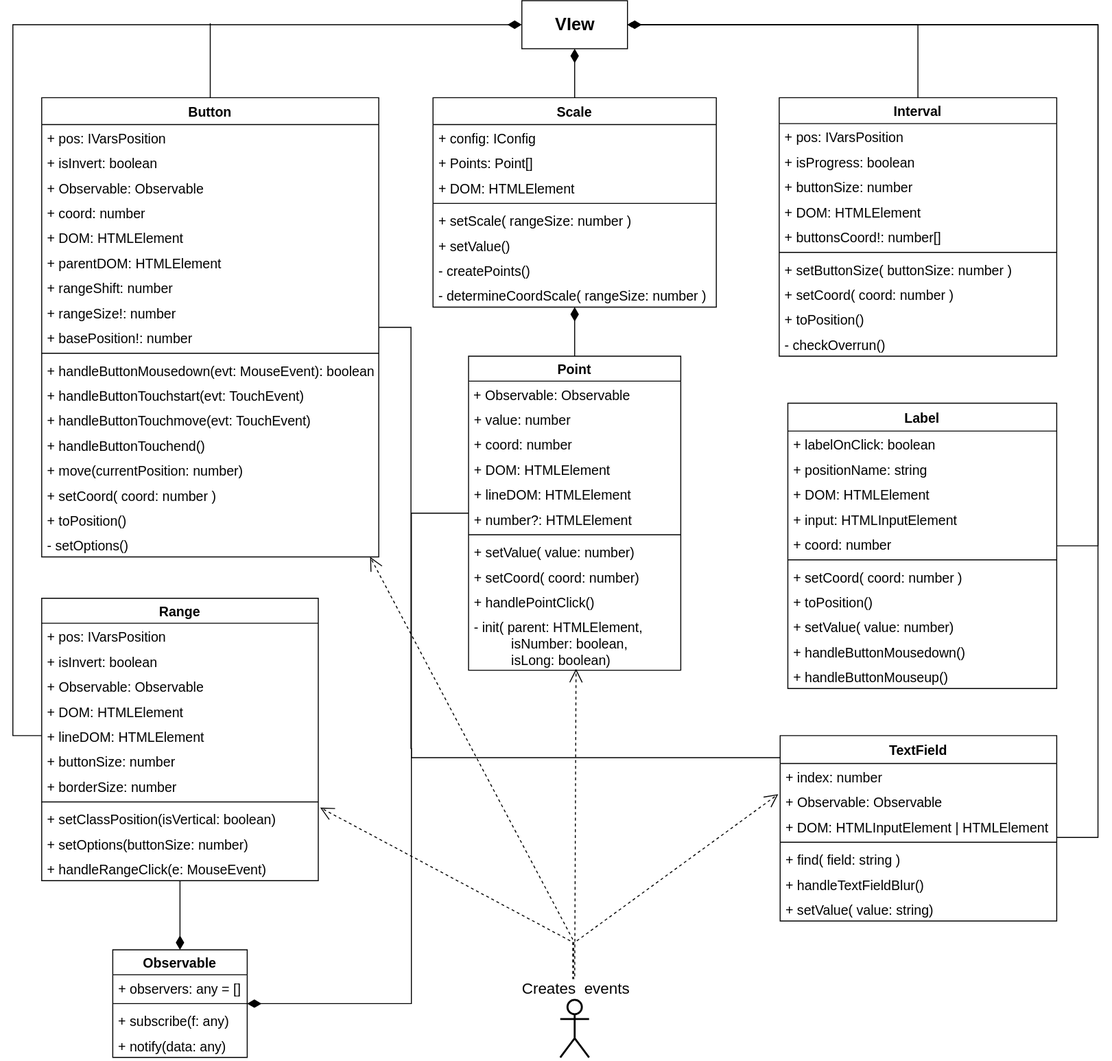
Above: uml/viewComponents.svg in Evgeny3101/plugin (draw.io), before the change. Source tidied: cells renumbered, new cells last; positions are measured from the earlier drawing's top-left corner, leaving out a move shared by most shapes.
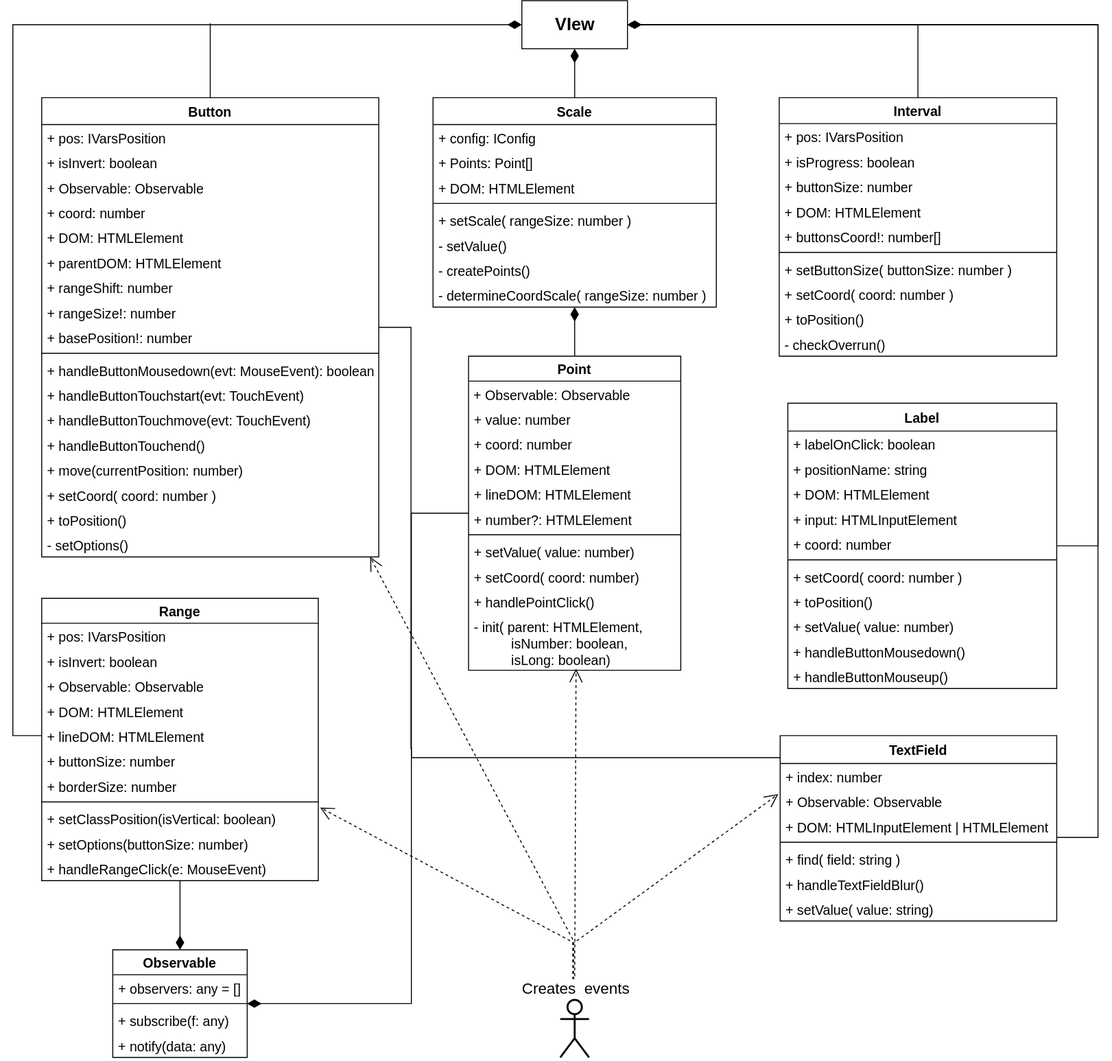
Later version of the same file.

Diff of the diagram source:
```diff
@@ -298,7 +298,7 @@
     <mxCell id="90" value="+ setScale( rangeSize: number )" style="text;strokeColor=none;fillColor=none;align=left;verticalAlign=top;spacingLeft=4;spacingRight=4;overflow=hidden;fontSize=14;" parent="85" vertex="1">
       <mxGeometry y="114" width="295" height="26" as="geometry" />
     </mxCell>
-    <mxCell id="91" value="+ setValue()" style="text;strokeColor=none;fillColor=none;align=left;verticalAlign=top;spacingLeft=4;spacingRight=4;overflow=hidden;fontSize=14;" parent="85" vertex="1">
+    <mxCell id="91" value="- setValue()" style="text;strokeColor=none;fillColor=none;align=left;verticalAlign=top;spacingLeft=4;spacingRight=4;overflow=hidden;fontSize=14;" parent="85" vertex="1">
       <mxGeometry y="140" width="295" height="26" as="geometry" />
     </mxCell>
     <mxCell id="92" value="- createPoints() " style="text;strokeColor=none;fillColor=none;align=left;verticalAlign=top;spacingLeft=4;spacingRight=4;overflow=hidden;fontSize=14;" parent="85" vertex="1">
```
